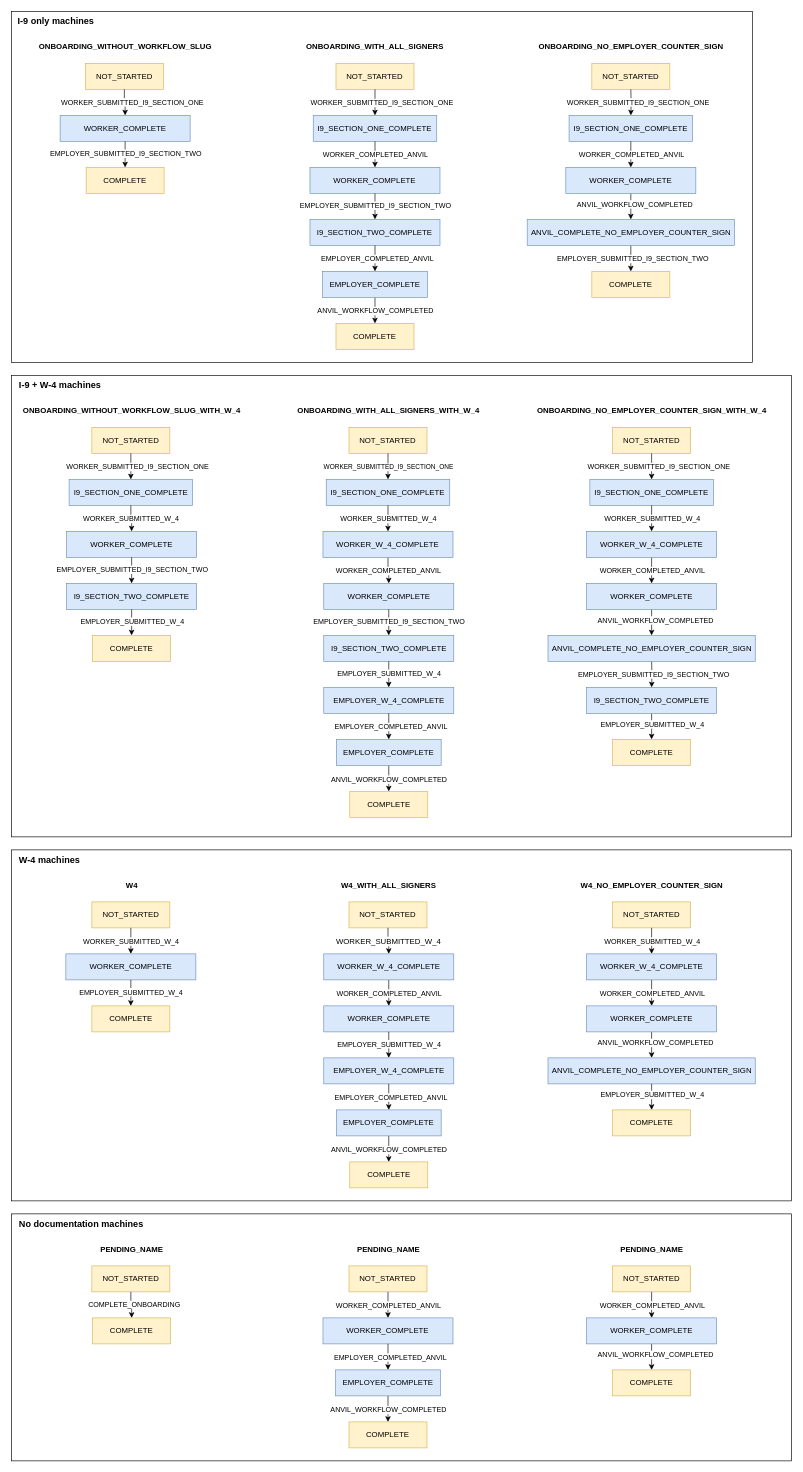
baldore/angelo keeps this draw.io diagram as state machines.drawio. Above is the earlier version. Source tidied: cells renumbered, new cells numbered last; positions are measured from the earlier drawing's top-left corner, leaving out a move shared by most shapes. Both pictures are drawn from the tidied source at 65%, with x=0, y=0 at pixel (11, 11).
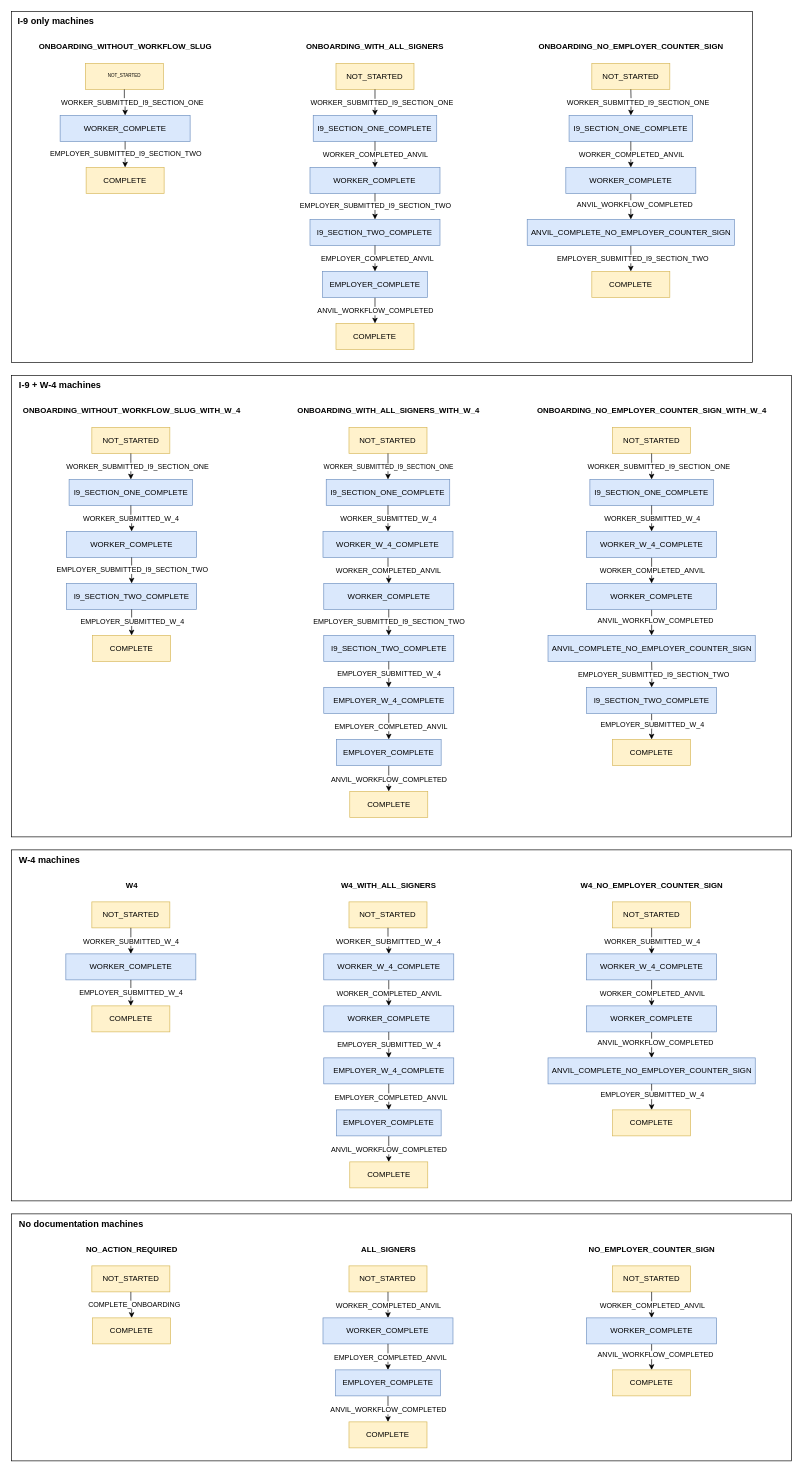
The same diagram, later.

Diff of the diagram source:
```diff
@@
-    <mxCell id="62" value="NOT_STARTED" style="whiteSpace=wrap;html=1;fillColor=#fff2cc;strokeColor=#d6b656;" parent="1" vertex="1">
+    <mxCell id="62" value="NOT_STARTED" style="whiteSpace=wrap;html=1;fillColor=#fff2cc;strokeColor=#d6b656;fontSize=7;" parent="1" vertex="1">
       <mxGeometry x="113.8" y="80" width="120" height="40" as="geometry" />
     </mxCell>
@@
-    <mxCell id="147" value="PENDING_NAME" style="text;html=1;align=center;verticalAlign=middle;strokeColor=none;fillColor=none;fontStyle=1;fontSize=12;" parent="1" vertex="1">
-      <mxGeometry x="125" y="1890" width="120" height="30" as="geometry" />
+    <mxCell id="147" value="NO_ACTION_REQUIRED" style="text;html=1;align=center;verticalAlign=middle;strokeColor=none;fillColor=none;fontStyle=1;fontSize=12;" parent="1" vertex="1">
+      <mxGeometry x="105" y="1890" width="160" height="30" as="geometry" />
     </mxCell>
@@
-    <mxCell id="152" value="PENDING_NAME" style="text;html=1;align=center;verticalAlign=middle;strokeColor=none;fillColor=none;fontStyle=1;fontSize=12;" parent="1" vertex="1">
-      <mxGeometry x="520" y="1890" width="120" height="30" as="geometry" />
+    <mxCell id="152" value="ALL_SIGNERS" style="text;html=1;align=center;verticalAlign=middle;strokeColor=none;fillColor=none;fontStyle=1;fontSize=12;" parent="1" vertex="1">
+      <mxGeometry x="525" y="1890" width="110" height="30" as="geometry" />
     </mxCell>
@@
-    <mxCell id="163" value="PENDING_NAME" style="text;html=1;align=center;verticalAlign=middle;strokeColor=none;fillColor=none;fontStyle=1;fontSize=12;" parent="1" vertex="1">
-      <mxGeometry x="925" y="1890" width="120" height="30" as="geometry" />
+    <mxCell id="163" value="NO_EMPLOYER_COUNTER_SIGN" style="text;html=1;align=center;verticalAlign=middle;strokeColor=none;fillColor=none;fontStyle=1;fontSize=12;" parent="1" vertex="1">
+      <mxGeometry x="875" y="1890" width="220" height="30" as="geometry" />
     </mxCell>
```
